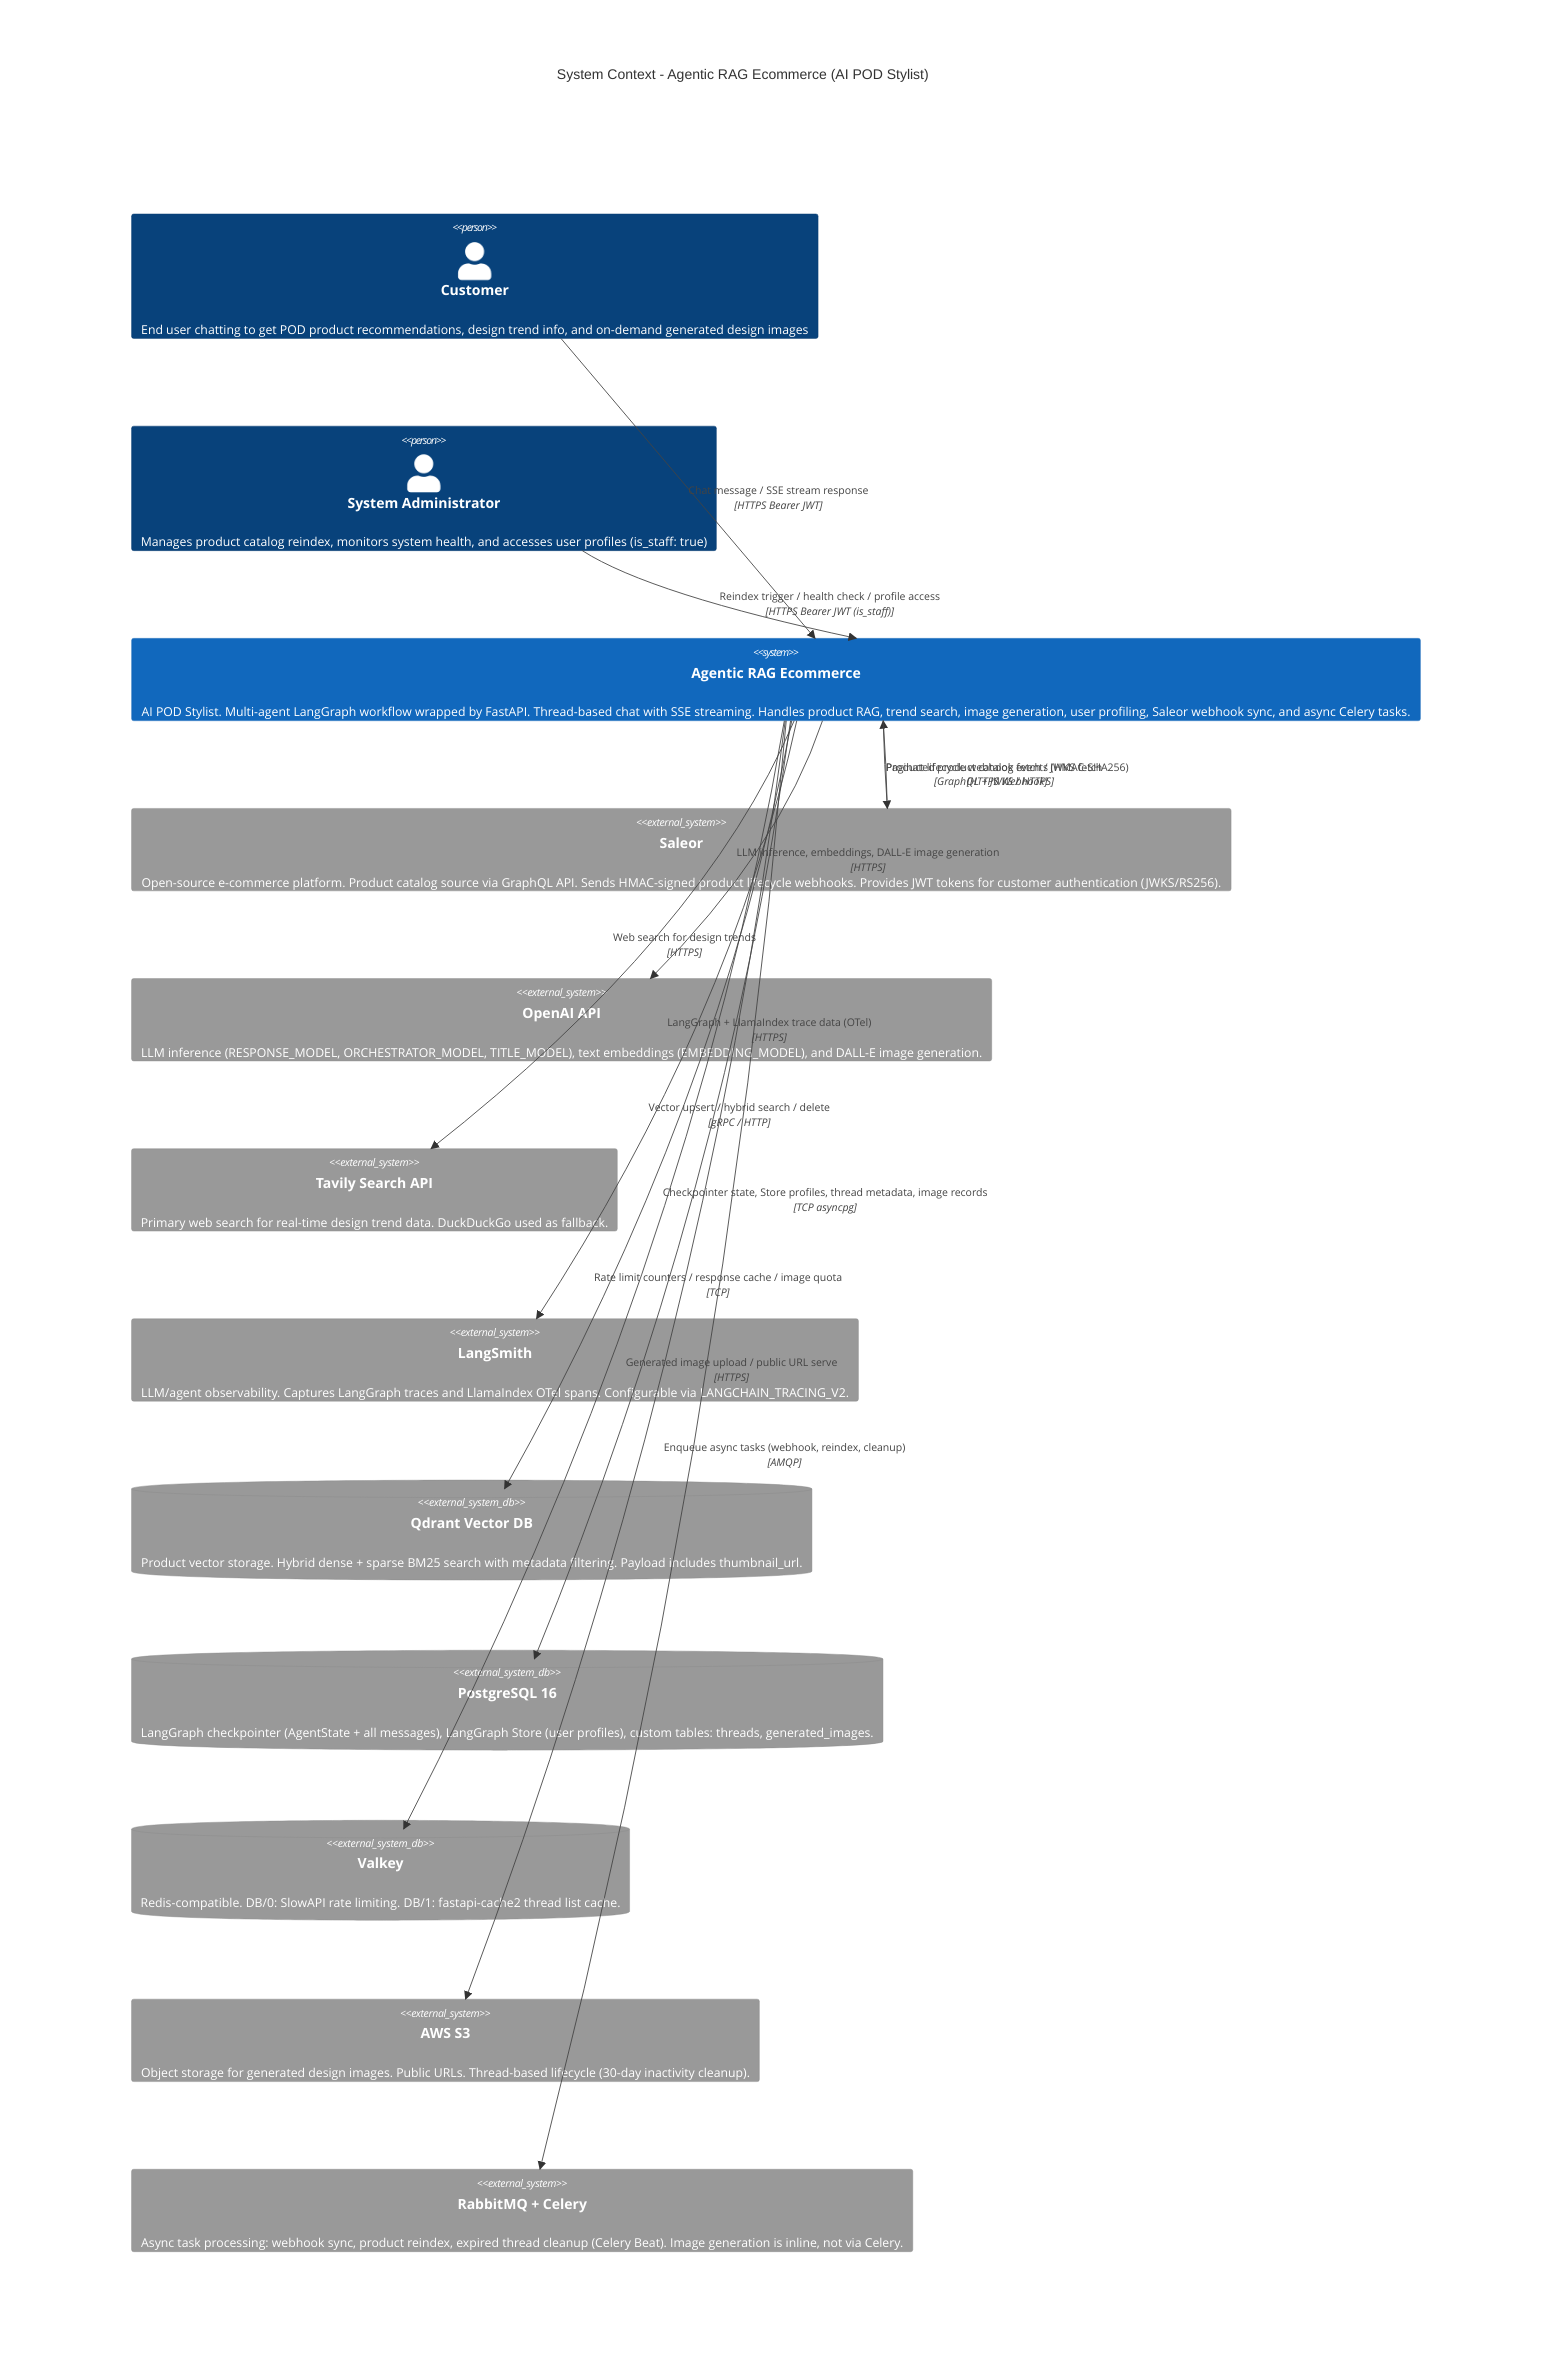
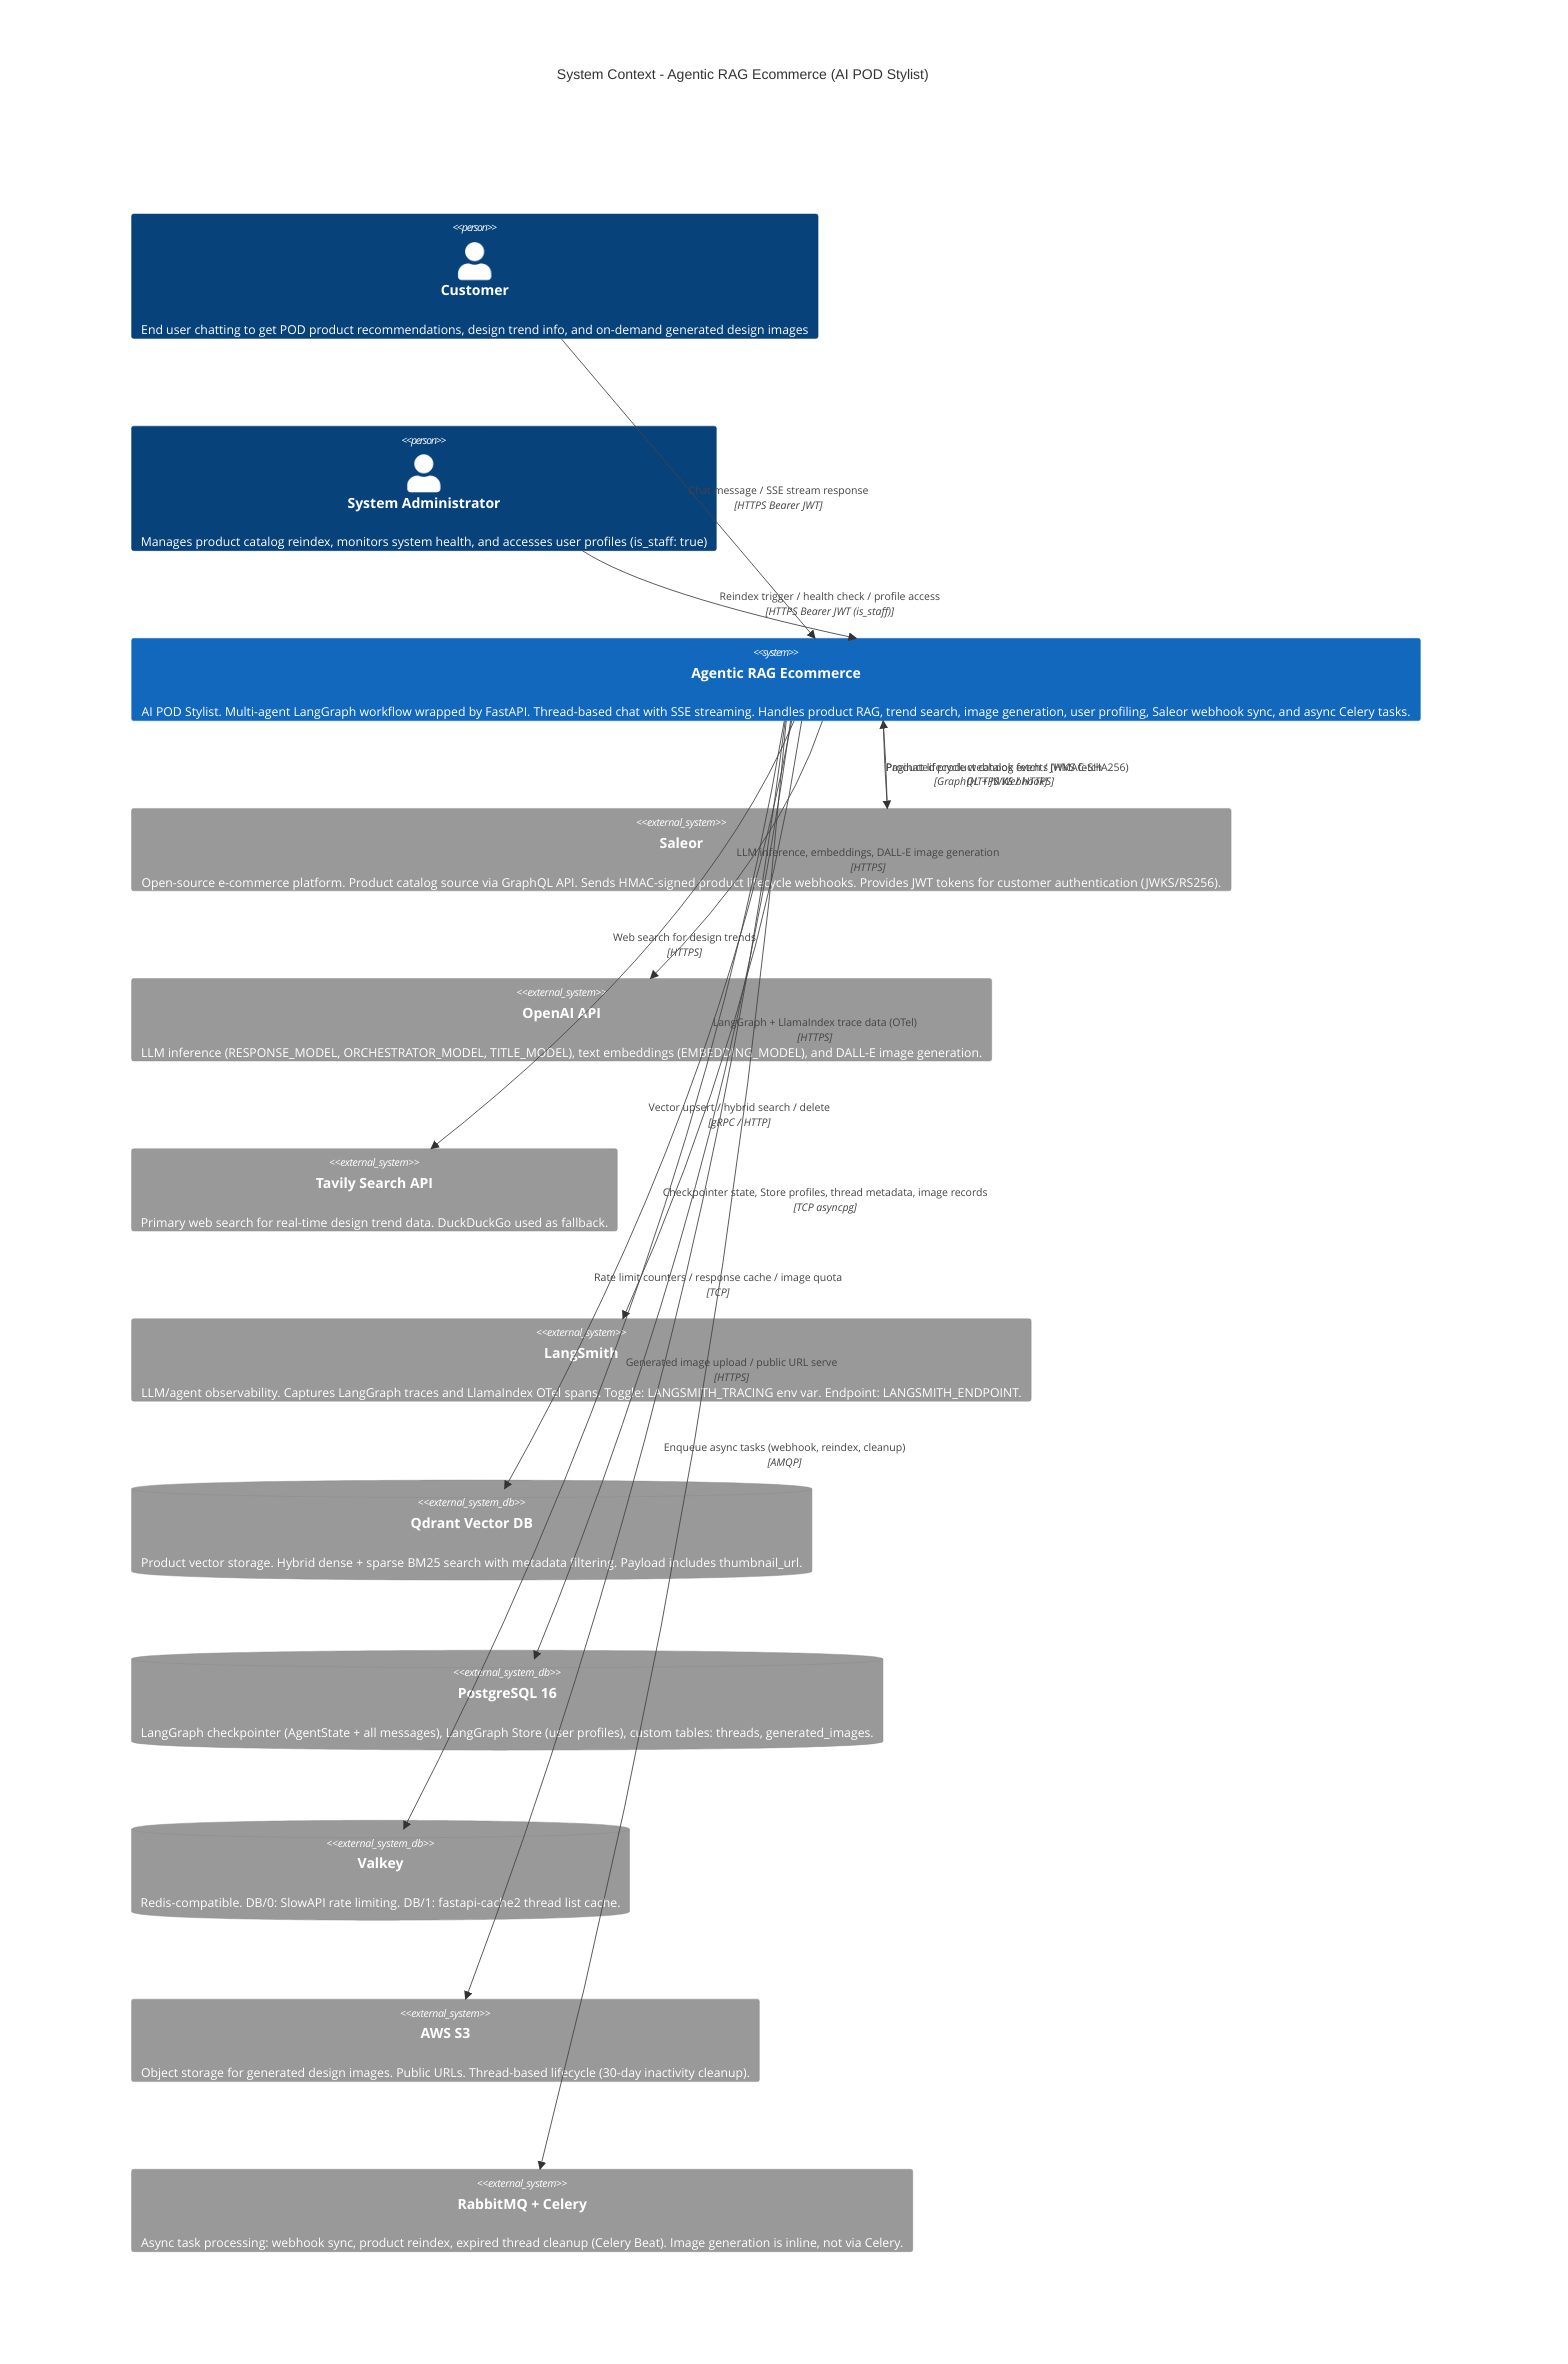
%% System Context Diagram (C4 Level 1) — Agentic RAG Ecommerce
%% Shows the system and all external actors and dependencies
%% Reference: docs/analysis/02-REQUIREMENTS-SPECIFICATION.md

C4Context
    title System Context - Agentic RAG Ecommerce (AI POD Stylist)

    Person(customer, "Customer", "End user chatting to get POD product recommendations, design trend info, and on-demand generated design images")
    Person(admin, "System Administrator", "Manages product catalog reindex, monitors system health, and accesses user profiles (is_staff: true)")

    System(system, "Agentic RAG Ecommerce", "AI POD Stylist. Multi-agent LangGraph workflow wrapped by FastAPI. Thread-based chat with SSE streaming. Handles product RAG, trend search, image generation, user profiling, Saleor webhook sync, and async Celery tasks.")

    System_Ext(saleor, "Saleor", "Open-source e-commerce platform. Product catalog source via GraphQL API. Sends HMAC-signed product lifecycle webhooks. Provides JWT tokens for customer authentication (JWKS/RS256).")
    System_Ext(openai, "OpenAI API", "LLM inference (RESPONSE_MODEL, ORCHESTRATOR_MODEL, TITLE_MODEL), text embeddings (EMBEDDING_MODEL), and DALL-E image generation.")
    System_Ext(tavily, "Tavily Search API", "Primary web search for real-time design trend data. DuckDuckGo used as fallback.")
-     System_Ext(langsmith, "LangSmith", "LLM/agent observability. Captures LangGraph traces and LlamaIndex OTel spans. Configurable via LANGCHAIN_TRACING_V2.")
+     System_Ext(langsmith, "LangSmith", "LLM/agent observability. Captures LangGraph traces and LlamaIndex OTel spans. Toggle: LANGSMITH_TRACING env var. Endpoint: LANGSMITH_ENDPOINT.")
    SystemDb_Ext(qdrant, "Qdrant Vector DB", "Product vector storage. Hybrid dense + sparse BM25 search with metadata filtering. Payload includes thumbnail_url.")
    SystemDb_Ext(postgres, "PostgreSQL 16", "LangGraph checkpointer (AgentState + all messages), LangGraph Store (user profiles), custom tables: threads, generated_images.")
    SystemDb_Ext(valkey, "Valkey", "Redis-compatible. DB/0: SlowAPI rate limiting. DB/1: fastapi-cache2 thread list cache.")
    System_Ext(s3, "AWS S3", "Object storage for generated design images. Public URLs. Thread-based lifecycle (30-day inactivity cleanup).")
    System_Ext(rabbitmq, "RabbitMQ + Celery", "Async task processing: webhook sync, product reindex, expired thread cleanup (Celery Beat). Image generation is inline, not via Celery.")

    Rel(customer, system, "Chat message / SSE stream response", "HTTPS Bearer JWT")
    Rel(admin, system, "Reindex trigger / health check / profile access", "HTTPS Bearer JWT (is_staff)")
    Rel(saleor, system, "Product lifecycle webhook events (HMAC-SHA256)", "HTTPS Webhook")
    Rel(system, saleor, "Paginated product catalog fetch / JWKS fetch", "GraphQL + JWKS / HTTPS")
    Rel(system, openai, "LLM inference, embeddings, DALL-E image generation", "HTTPS")
    Rel(system, tavily, "Web search for design trends", "HTTPS")
    Rel(system, langsmith, "LangGraph + LlamaIndex trace data (OTel)", "HTTPS")
    Rel(system, qdrant, "Vector upsert / hybrid search / delete", "gRPC / HTTP")
    Rel(system, postgres, "Checkpointer state, Store profiles, thread metadata, image records", "TCP asyncpg")
    Rel(system, valkey, "Rate limit counters / response cache / image quota", "TCP")
    Rel(system, s3, "Generated image upload / public URL serve", "HTTPS")
    Rel(system, rabbitmq, "Enqueue async tasks (webhook, reindex, cleanup)", "AMQP")

    UpdateLayoutConfig($c4ShapeInRow="3", $c4BoundaryInRow="1")
